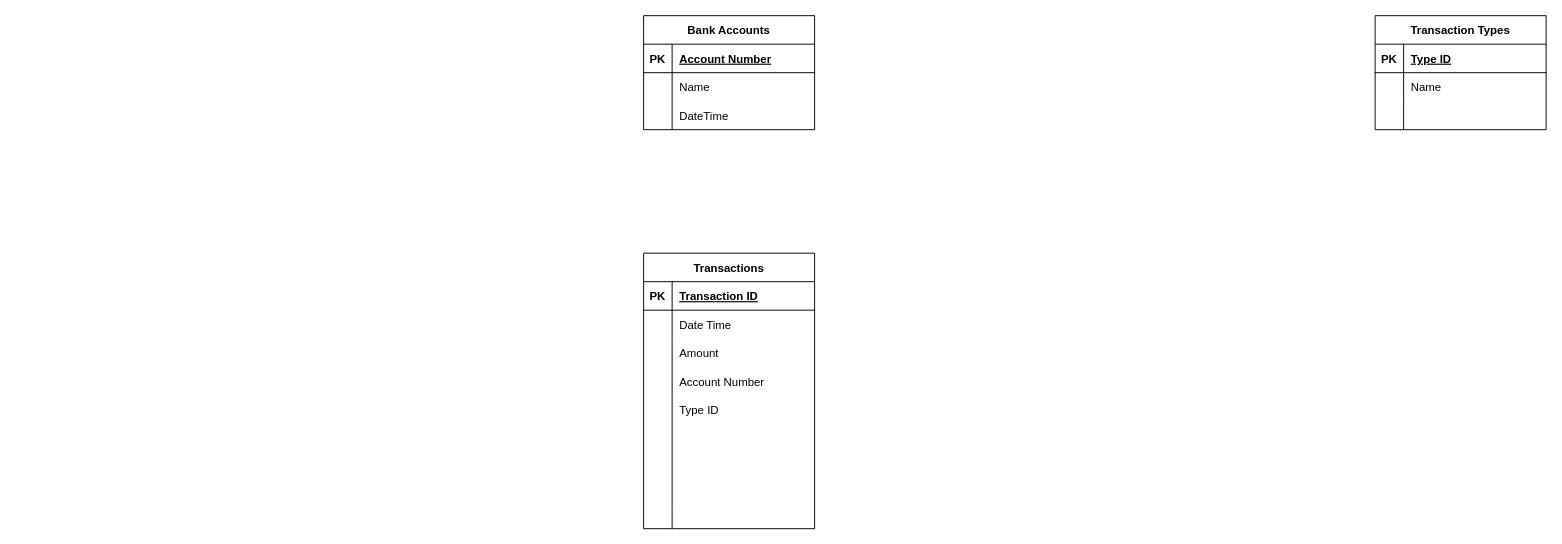
The draw.io diagram Untitled Diagram.drawio in EdungDivinefavour/LawreneEdung, before the edit. Source tidied: cells renumbered, new cells numbered last; positions are measured from the earlier drawing's top-left corner, leaving out a move shared by most shapes. Both pictures are drawn from the tidied source at 95%, with x=0, y=0 at pixel (643, 15).
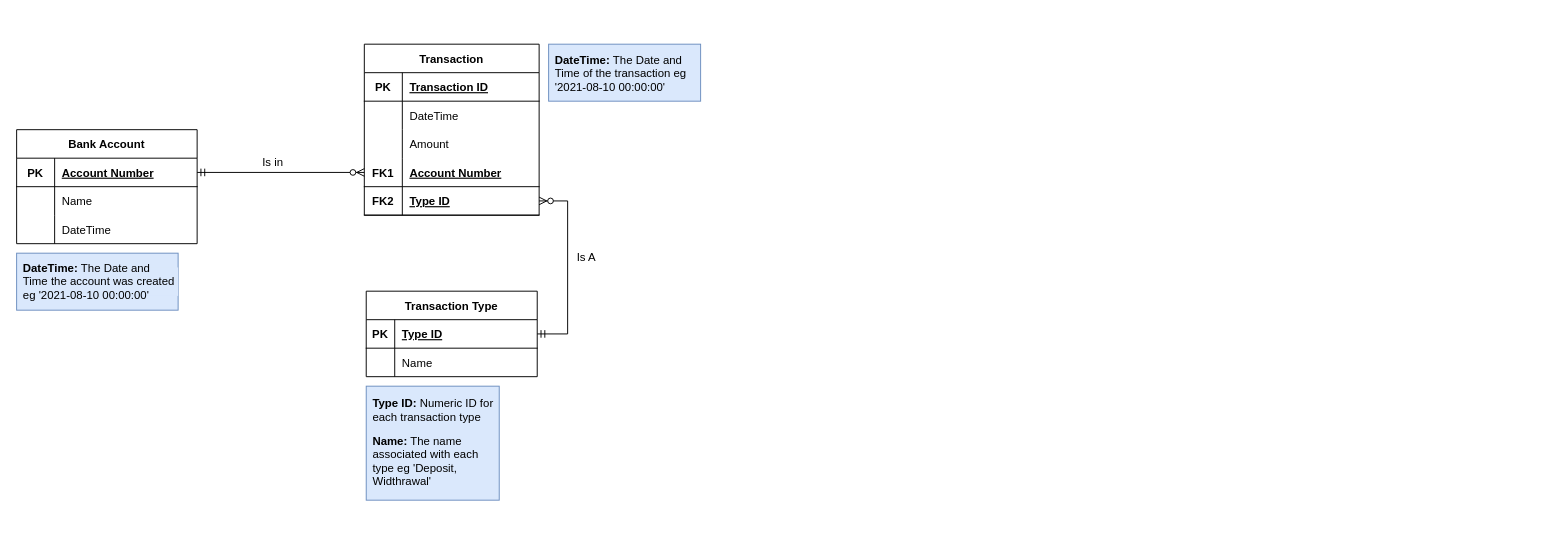
The same page after the edit.

Unchanged cells that the change refers to:
```xml
<mxCell id="13" style="shape=tableRow;horizontal=0;startSize=0;swimlaneHead=0;swimlaneBody=0;fillColor=none;points=[[0,0.5],[1,0.5]];portConstraint=eastwest;top=0;left=0;right=0;bottom=1;" parent="12" vertex="1">
  <mxGeometry y="30" width="180" height="30" as="geometry" />
</mxCell>
```

Change to the diagram source:
```diff
@@
-<mxGraphModel>
+<mxGraphModel background="#ffffff">
@@
-    <mxCell id="2" value="Bank Accounts" style="shape=table;startSize=30;childLayout=tableLayout;rowLines=0;fontStyle=1;align=center;" parent="1" vertex="1">
-      <mxGeometry width="180" height="120" as="geometry" />
+    <mxCell id="2" value="Bank Account" style="shape=table;startSize=30;childLayout=tableLayout;rowLines=0;fontStyle=1;align=center;" parent="1" vertex="1">
+      <mxGeometry x="-660" y="120" width="190" height="120" as="geometry" />
     </mxCell>
     <mxCell id="3" style="shape=tableRow;horizontal=0;startSize=0;swimlaneHead=0;swimlaneBody=0;fillColor=none;points=[[0,0.5],[1,0.5]];portConstraint=eastwest;top=0;left=0;right=0;bottom=1;" parent="2" vertex="1">
-      <mxGeometry y="30" width="180" height="30" as="geometry" />
+      <mxGeometry y="30" width="190" height="30" as="geometry" />
     </mxCell>
     <mxCell id="4" value="PK" style="shape=partialRectangle;fillColor=none;top=0;left=0;bottom=0;right=0;fontStyle=1;overflow=hidden;" parent="3" vertex="1">
-      <mxGeometry width="30" height="30" as="geometry" />
+      <mxGeometry width="40" height="30" as="geometry" />
     </mxCell>
     <mxCell id="5" value="Account Number" style="shape=partialRectangle;fillColor=none;top=0;left=0;bottom=0;right=0;align=left;spacingLeft=6;fontStyle=5;overflow=hidden;" parent="3" vertex="1">
-      <mxGeometry x="30" width="150" height="30" as="geometry" />
+      <mxGeometry x="40" width="150" height="30" as="geometry" />
     </mxCell>
     <mxCell id="6" style="shape=tableRow;horizontal=0;startSize=0;swimlaneHead=0;swimlaneBody=0;fillColor=none;top=0;left=0;right=0;bottom=0;" parent="2" vertex="1">
-      <mxGeometry y="60" width="180" height="30" as="geometry" />
+      <mxGeometry y="60" width="190" height="30" as="geometry" />
     </mxCell>
     <mxCell id="7" style="shape=partialRectangle;fillColor=none;top=0;left=0;bottom=0;right=0;overflow=hidden;" parent="6" vertex="1">
-      <mxGeometry width="30" height="30" as="geometry" />
+      <mxGeometry width="40" height="30" as="geometry" />
     </mxCell>
     <mxCell id="8" value="Name" style="shape=partialRectangle;fillColor=none;top=0;left=0;bottom=0;right=0;align=left;spacingLeft=6;overflow=hidden;" parent="6" vertex="1">
-      <mxGeometry x="30" width="150" height="30" as="geometry" />
+      <mxGeometry x="40" width="150" height="30" as="geometry" />
     </mxCell>
     <mxCell id="9" style="shape=tableRow;horizontal=0;startSize=0;swimlaneHead=0;swimlaneBody=0;fillColor=none;top=0;left=0;right=0;bottom=0;" parent="2" vertex="1">
-      <mxGeometry y="90" width="180" height="30" as="geometry" />
+      <mxGeometry y="90" width="190" height="30" as="geometry" />
     </mxCell>
     <mxCell id="10" style="shape=partialRectangle;fillColor=none;top=0;left=0;bottom=0;right=0;overflow=hidden;" parent="9" vertex="1">
-      <mxGeometry width="30" height="30" as="geometry" />
+      <mxGeometry width="40" height="30" as="geometry" />
     </mxCell>
     <mxCell id="11" value="DateTime" style="shape=partialRectangle;fillColor=none;top=0;left=0;bottom=0;right=0;align=left;spacingLeft=6;overflow=hidden;" parent="9" vertex="1">
-      <mxGeometry x="30" width="150" height="30" as="geometry" />
+      <mxGeometry x="40" width="150" height="30" as="geometry" />
     </mxCell>
-    <mxCell id="12" value="Transaction Types" style="shape=table;startSize=30;childLayout=tableLayout;rowLines=0;fontStyle=1;align=center;" parent="1" vertex="1">
-      <mxGeometry x="770" width="180" height="120" as="geometry" />
+    <mxCell id="12" value="Transaction Type" style="shape=table;startSize=30;childLayout=tableLayout;rowLines=0;fontStyle=1;align=center;" parent="1" vertex="1">
+      <mxGeometry x="-292" y="290" width="180" height="90" as="geometry" />
     </mxCell>
@@
-    <mxCell id="19" style="shape=tableRow;horizontal=0;startSize=0;swimlaneHead=0;swimlaneBody=0;fillColor=none;top=0;left=0;right=0;bottom=0;" parent="12" vertex="1">
-      <mxGeometry y="90" width="180" height="30" as="geometry" />
-    </mxCell>
-    <mxCell id="20" style="shape=partialRectangle;fillColor=none;top=0;left=0;bottom=0;right=0;overflow=hidden;" parent="19" vertex="1">
-      <mxGeometry width="30" height="30" as="geometry" />
-    </mxCell>
-    <mxCell id="21" style="shape=partialRectangle;fillColor=none;top=0;left=0;bottom=0;right=0;align=left;spacingLeft=6;overflow=hidden;" parent="19" vertex="1">
-      <mxGeometry x="30" width="150" height="30" as="geometry" />
-    </mxCell>
-    <mxCell id="22" value="Transactions" style="shape=table;startSize=30;childLayout=tableLayout;rowLines=0;fontStyle=1;align=center;" parent="1" vertex="1">
-      <mxGeometry y="250" width="180" height="290" as="geometry" />
+    <mxCell id="22" value="Transaction" style="shape=table;startSize=30;childLayout=tableLayout;rowLines=0;fontStyle=1;align=center;" parent="1" vertex="1">
+      <mxGeometry x="-294" y="30" width="184" height="180" as="geometry" />
     </mxCell>
     <mxCell id="23" style="shape=tableRow;horizontal=0;startSize=0;swimlaneHead=0;swimlaneBody=0;fillColor=none;top=0;left=0;right=0;bottom=1;" parent="22" vertex="1">
-      <mxGeometry y="30" width="180" height="30" as="geometry" />
+      <mxGeometry y="30" width="184" height="30" as="geometry" />
     </mxCell>
     <mxCell id="24" value="PK" style="shape=partialRectangle;fillColor=none;top=0;left=0;bottom=0;right=0;fontStyle=1;overflow=hidden;" parent="23" vertex="1">
-      <mxGeometry width="30" height="30" as="geometry" />
+      <mxGeometry width="40" height="30" as="geometry" />
     </mxCell>
     <mxCell id="25" value="Transaction ID" style="shape=partialRectangle;fillColor=none;top=0;left=0;bottom=0;right=0;align=left;spacingLeft=6;fontStyle=5;overflow=hidden;" parent="23" vertex="1">
-      <mxGeometry x="30" width="150" height="30" as="geometry" />
+      <mxGeometry x="40" width="144" height="30" as="geometry" />
     </mxCell>
     <mxCell id="26" style="shape=tableRow;horizontal=0;startSize=0;swimlaneHead=0;swimlaneBody=0;fillColor=none;top=0;left=0;right=0;bottom=0;" parent="22" vertex="1">
-      <mxGeometry y="60" width="180" height="30" as="geometry" />
+      <mxGeometry y="60" width="184" height="30" as="geometry" />
     </mxCell>
     <mxCell id="27" style="shape=partialRectangle;fillColor=none;top=0;left=0;bottom=0;right=0;overflow=hidden;" parent="26" vertex="1">
-      <mxGeometry width="30" height="30" as="geometry" />
+      <mxGeometry width="40" height="30" as="geometry" />
     </mxCell>
-    <mxCell id="28" value="Date Time" style="shape=partialRectangle;fillColor=none;top=0;left=0;bottom=0;right=0;align=left;spacingLeft=6;overflow=hidden;" parent="26" vertex="1">
-      <mxGeometry x="30" width="150" height="30" as="geometry" />
+    <mxCell id="28" value="DateTime" style="shape=partialRectangle;fillColor=none;top=0;left=0;bottom=0;right=0;align=left;spacingLeft=6;overflow=hidden;" parent="26" vertex="1">
+      <mxGeometry x="40" width="144" height="30" as="geometry" />
     </mxCell>
     <mxCell id="29" style="shape=tableRow;horizontal=0;startSize=0;swimlaneHead=0;swimlaneBody=0;fillColor=none;top=0;left=0;right=0;bottom=0;" parent="22" vertex="1">
-      <mxGeometry y="90" width="180" height="30" as="geometry" />
+      <mxGeometry y="90" width="184" height="30" as="geometry" />
     </mxCell>
     <mxCell id="30" style="shape=partialRectangle;fillColor=none;top=0;left=0;bottom=0;right=0;overflow=hidden;" parent="29" vertex="1">
-      <mxGeometry width="30" height="30" as="geometry" />
+      <mxGeometry width="40" height="30" as="geometry" />
     </mxCell>
     <mxCell id="31" value="Amount" style="shape=partialRectangle;fillColor=none;top=0;left=0;bottom=0;right=0;align=left;spacingLeft=6;overflow=hidden;" parent="29" vertex="1">
-      <mxGeometry x="30" width="150" height="30" as="geometry" />
+      <mxGeometry x="40" width="144" height="30" as="geometry" />
     </mxCell>
-    <mxCell id="32" style="shape=tableRow;horizontal=0;startSize=0;swimlaneHead=0;swimlaneBody=0;fillColor=none;top=0;left=0;right=0;bottom=0;" parent="22" vertex="1">
-      <mxGeometry y="120" width="180" height="30" as="geometry" />
-    </mxCell>
-    <mxCell id="33" style="shape=partialRectangle;fillColor=none;top=0;left=0;bottom=0;right=0;overflow=hidden;" parent="32" vertex="1">
-      <mxGeometry width="30" height="30" as="geometry" />
-    </mxCell>
+    <mxCell id="50" style="shape=tableRow;horizontal=0;startSize=0;swimlaneHead=0;swimlaneBody=0;fillColor=none;points=[[0,0.5],[1,0.5]];portConstraint=eastwest;top=0;left=0;right=0;bottom=1;" parent="22" vertex="1">
+      <mxGeometry y="120" width="184" height="30" as="geometry" />
+    </mxCell>
+    <mxCell id="51" value="FK1" style="shape=partialRectangle;fillColor=none;top=0;left=0;bottom=0;right=0;fontStyle=1;overflow=hidden;" parent="50" vertex="1">
+      <mxGeometry width="40" height="30" as="geometry" />
+    </mxCell>
-    <mxCell id="34" value="Account Number" style="shape=partialRectangle;fillColor=none;top=0;left=0;bottom=0;right=0;align=left;spacingLeft=6;overflow=hidden;" parent="32" vertex="1">
-      <mxGeometry x="30" width="150" height="30" as="geometry" />
+    <mxCell id="34" value="Account Number" style="shape=partialRectangle;fillColor=none;top=0;left=0;bottom=0;right=0;align=left;spacingLeft=6;fontStyle=5;overflow=hidden;" parent="50" vertex="1">
+      <mxGeometry x="40" width="144" height="30" as="geometry" />
     </mxCell>
-    <mxCell id="35" style="shape=tableRow;horizontal=0;startSize=0;swimlaneHead=0;swimlaneBody=0;fillColor=none;top=0;left=0;right=0;bottom=0;" parent="22" vertex="1">
-      <mxGeometry y="150" width="180" height="30" as="geometry" />
-    </mxCell>
-    <mxCell id="36" style="shape=partialRectangle;fillColor=none;top=0;left=0;bottom=0;right=0;overflow=hidden;" parent="35" vertex="1">
-      <mxGeometry width="30" height="30" as="geometry" />
-    </mxCell>
+    <mxCell id="52" style="shape=tableRow;horizontal=0;startSize=0;swimlaneHead=0;swimlaneBody=0;fillColor=none;points=[[0,0.5],[1,0.5]];portConstraint=eastwest;top=0;left=0;right=0;bottom=1;" parent="22" vertex="1">
+      <mxGeometry y="150" width="184" height="30" as="geometry" />
+    </mxCell>
+    <mxCell id="53" value="FK2" style="shape=partialRectangle;fillColor=none;top=0;left=0;bottom=0;right=0;fontStyle=1;overflow=hidden;" parent="52" vertex="1">
+      <mxGeometry width="40" height="30" as="geometry" />
+    </mxCell>
-    <mxCell id="37" value="Type ID" style="shape=partialRectangle;fillColor=none;top=0;left=0;bottom=0;right=0;align=left;spacingLeft=6;overflow=hidden;" parent="35" vertex="1">
-      <mxGeometry x="30" width="150" height="30" as="geometry" />
+    <mxCell id="37" value="Type ID" style="shape=partialRectangle;fillColor=none;top=0;left=0;bottom=0;right=0;align=left;spacingLeft=6;fontStyle=5;overflow=hidden;" parent="52" vertex="1">
+      <mxGeometry x="40" width="144" height="30" as="geometry" />
     </mxCell>
-    <mxCell id="38" style="shape=tableRow;horizontal=0;startSize=0;swimlaneHead=0;swimlaneBody=0;fillColor=none;top=0;left=0;right=0;bottom=0;" parent="22" vertex="1">
-      <mxGeometry y="180" width="180" height="30" as="geometry" />
-    </mxCell>
-    <mxCell id="39" style="shape=partialRectangle;fillColor=none;top=0;left=0;bottom=0;right=0;overflow=hidden;" parent="38" vertex="1">
-      <mxGeometry width="30" height="30" as="geometry" />
-    </mxCell>
-    <mxCell id="40" style="shape=partialRectangle;fillColor=none;top=0;left=0;bottom=0;right=0;align=left;spacingLeft=6;overflow=hidden;" parent="38" vertex="1">
-      <mxGeometry x="30" width="150" height="30" as="geometry" />
-    </mxCell>
-    <mxCell id="41" style="shape=tableRow;horizontal=0;startSize=0;swimlaneHead=0;swimlaneBody=0;fillColor=none;top=0;left=0;right=0;bottom=0;" parent="22" vertex="1">
-      <mxGeometry y="210" width="180" height="30" as="geometry" />
-    </mxCell>
-    <mxCell id="42" style="shape=partialRectangle;fillColor=none;top=0;left=0;bottom=0;right=0;overflow=hidden;" parent="41" vertex="1">
-      <mxGeometry width="30" height="30" as="geometry" />
-    </mxCell>
-    <mxCell id="43" style="shape=partialRectangle;fillColor=none;top=0;left=0;bottom=0;right=0;align=left;spacingLeft=6;overflow=hidden;" parent="41" vertex="1">
-      <mxGeometry x="30" width="150" height="30" as="geometry" />
-    </mxCell>
-    <mxCell id="44" style="shape=tableRow;horizontal=0;startSize=0;swimlaneHead=0;swimlaneBody=0;fillColor=none;top=0;left=0;right=0;bottom=0;" parent="22" vertex="1">
-      <mxGeometry y="240" width="180" height="30" as="geometry" />
-    </mxCell>
-    <mxCell id="45" style="shape=partialRectangle;fillColor=none;top=0;left=0;bottom=0;right=0;overflow=hidden;" parent="44" vertex="1">
-      <mxGeometry width="30" height="30" as="geometry" />
-    </mxCell>
-    <mxCell id="46" style="shape=partialRectangle;fillColor=none;top=0;left=0;bottom=0;right=0;align=left;spacingLeft=6;overflow=hidden;" parent="44" vertex="1">
-      <mxGeometry x="30" width="150" height="30" as="geometry" />
-    </mxCell>
-    <mxCell id="47" style="shape=tableRow;horizontal=0;startSize=0;swimlaneHead=0;swimlaneBody=0;fillColor=none;top=0;left=0;right=0;bottom=0;" parent="22" vertex="1">
-      <mxGeometry y="270" width="180" height="20" as="geometry" />
-    </mxCell>
-    <mxCell id="48" style="shape=partialRectangle;fillColor=none;top=0;left=0;bottom=0;right=0;overflow=hidden;" parent="47" vertex="1">
-      <mxGeometry width="30" height="20" as="geometry" />
-    </mxCell>
-    <mxCell id="49" style="shape=partialRectangle;fillColor=none;top=0;left=0;bottom=0;right=0;align=left;spacingLeft=6;overflow=hidden;" parent="47" vertex="1">
-      <mxGeometry x="30" width="150" height="20" as="geometry" />
-    </mxCell>
+    <mxCell id="54" style="edgeStyle=entityRelationEdgeStyle;fontSize=12;html=1;endArrow=ERzeroToMany;startArrow=ERmandOne;rounded=0;exitX=1;exitY=0.5;exitDx=0;exitDy=0;" parent="1" edge="1" source="13" target="52">
+      <mxGeometry relative="1" as="geometry" />
+    </mxCell>
+    <mxCell id="55" value="Is in" style="text;html=1;strokeColor=none;fillColor=none;align=center;verticalAlign=middle;whiteSpace=wrap;rounded=0;" parent="1" vertex="1">
+      <mxGeometry x="-430" y="140" width="80" height="30" as="geometry" />
+    </mxCell>
+    <mxCell id="56" value="Is A" style="text;html=1;strokeColor=none;fillColor=none;align=center;verticalAlign=middle;whiteSpace=wrap;rounded=0;" parent="1" vertex="1">
+      <mxGeometry x="-90" y="240" width="60" height="30" as="geometry" />
+    </mxCell>
+    <mxCell id="57" style="fontSize=12;html=1;endArrow=ERzeroToMany;startArrow=ERmandOne;rounded=0;exitX=1;exitY=0.5;exitDx=0;exitDy=0;entryX=0;entryY=0.5;entryDx=0;entryDy=0;" parent="1" edge="1" source="3" target="50">
+      <mxGeometry relative="1" as="geometry" />
+    </mxCell>
+    <mxCell id="58" style="whiteSpace=wrap;html=1;fillColor=#dae8fc;strokeColor=#6c8ebf;" parent="1" vertex="1">
+      <mxGeometry x="-292" y="390" width="140" height="120" as="geometry" />
+    </mxCell>
+    <mxCell id="59" value="&lt;b&gt;Type ID:&lt;/b&gt; Numeric ID for each transaction type" style="text;html=1;strokeColor=none;fillColor=none;align=left;verticalAlign=middle;whiteSpace=wrap;rounded=0;" parent="1" vertex="1">
+      <mxGeometry x="-287" y="400" width="130" height="30" as="geometry" />
+    </mxCell>
+    <mxCell id="60" value="&lt;b&gt;Name:&lt;/b&gt; The name associated with each type eg 'Deposit, Widthrawal'" style="text;html=1;strokeColor=none;fillColor=none;align=left;verticalAlign=middle;whiteSpace=wrap;rounded=0;" parent="1" vertex="1">
+      <mxGeometry x="-287" y="454" width="130" height="30" as="geometry" />
+    </mxCell>
+    <mxCell id="61" style="whiteSpace=wrap;html=1;fillColor=#dae8fc;strokeColor=#6c8ebf;" parent="1" vertex="1">
+      <mxGeometry x="-100" y="30" width="160" height="60" as="geometry" />
+    </mxCell>
+    <mxCell id="62" value="&lt;b&gt;DateTime:&lt;/b&gt;&amp;nbsp;The Date and Time of the transaction eg '2021-08-10 00:00:00'" style="text;html=1;strokeColor=none;fillColor=none;align=left;verticalAlign=middle;whiteSpace=wrap;rounded=0;" parent="1" vertex="1">
+      <mxGeometry x="-95" y="46" width="165" height="30" as="geometry" />
+    </mxCell>
+    <mxCell id="63" style="whiteSpace=wrap;html=1;fillColor=#dae8fc;strokeColor=#6c8ebf;" parent="1" vertex="1">
+      <mxGeometry x="-660" y="250" width="170" height="60" as="geometry" />
+    </mxCell>
+    <mxCell id="64" value="&lt;b&gt;DateTime:&lt;/b&gt;&amp;nbsp;The Date and Time the account was created eg '2021-08-10 00:00:00'" style="text;html=1;strokeColor=none;fillColor=#dae8fc;align=left;verticalAlign=middle;whiteSpace=wrap;rounded=0;" parent="1" vertex="1">
+      <mxGeometry x="-655" y="265" width="165" height="30" as="geometry" />
+    </mxCell>
```
